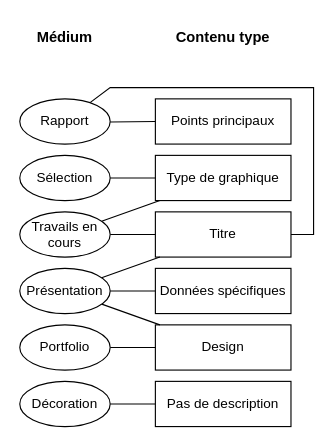
Above: img/alt-text.drawio in AntheaLiles/research-data-viz (draw.io), before the change. Source tidied: cells renumbered, new cells numbered last; positions are measured from the earlier drawing's top-left corner, leaving out a move shared by most shapes. Both pictures are drawn from the tidied source at 113%, with x=0, y=0 at pixel (19, 19).
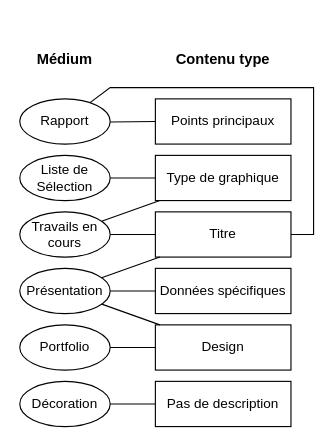
After the change.

Diff of the diagram source:
```diff
@@
-    <mxCell id="22" value="Sélection" style="ellipse;whiteSpace=wrap;html=1;" parent="1" vertex="1">
+    <mxCell id="22" value="Liste de Sélection" style="ellipse;whiteSpace=wrap;html=1;" parent="1" vertex="1">
       <mxGeometry y="120" width="80" height="40" as="geometry" />
     </mxCell>
@@
     <mxCell id="24" value="Médium" style="text;html=1;strokeColor=none;fillColor=none;align=center;verticalAlign=middle;whiteSpace=wrap;rounded=0;fontStyle=1;fontSize=13;" parent="1" vertex="1">
-      <mxGeometry x="10" width="60" height="30" as="geometry" />
+      <mxGeometry x="10" y="20" width="60" height="30" as="geometry" />
     </mxCell>
     <mxCell id="25" value="Contenu type" style="text;html=1;strokeColor=none;fillColor=none;align=center;verticalAlign=middle;whiteSpace=wrap;rounded=0;fontStyle=1;fontSize=13;" parent="1" vertex="1">
-      <mxGeometry x="120" width="120" height="30" as="geometry" />
+      <mxGeometry x="120" y="20" width="120" height="30" as="geometry" />
     </mxCell>
```
